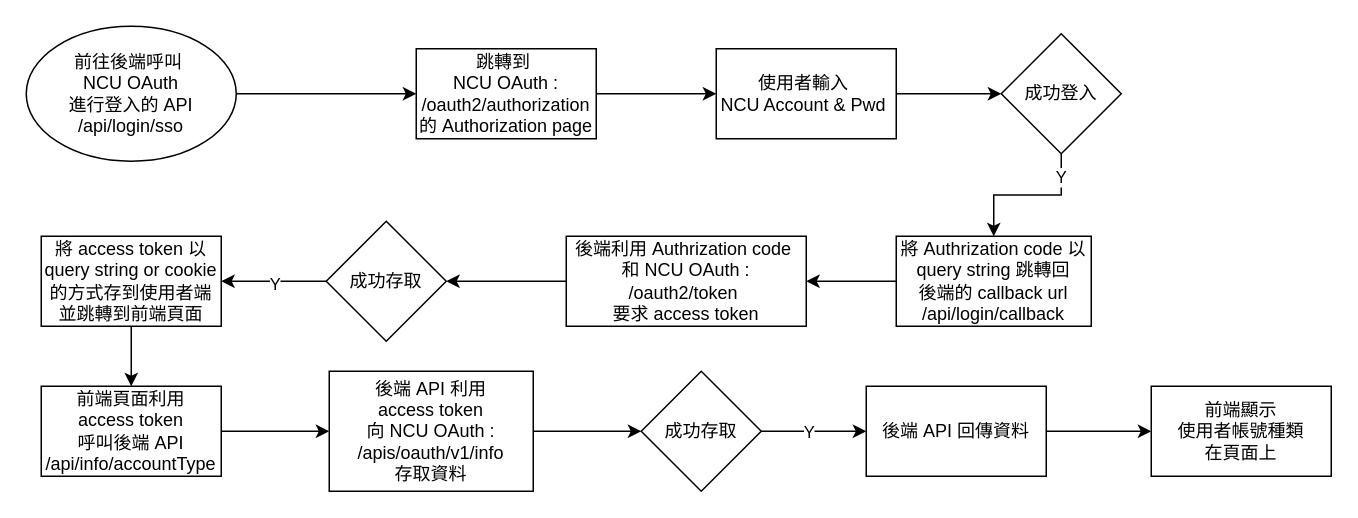
Earlier version of the draw.io diagram doc/NCU_OAuth_flow_chart.drawio (tommygood/Meeting-Room-Booking-System). Source tidied: cells renumbered, new cells numbered last; positions are measured from the earlier drawing's top-left corner, leaving out a move shared by most shapes. Both pictures are drawn from the tidied source at 150%, with x=0, y=0 at pixel (26, 26).
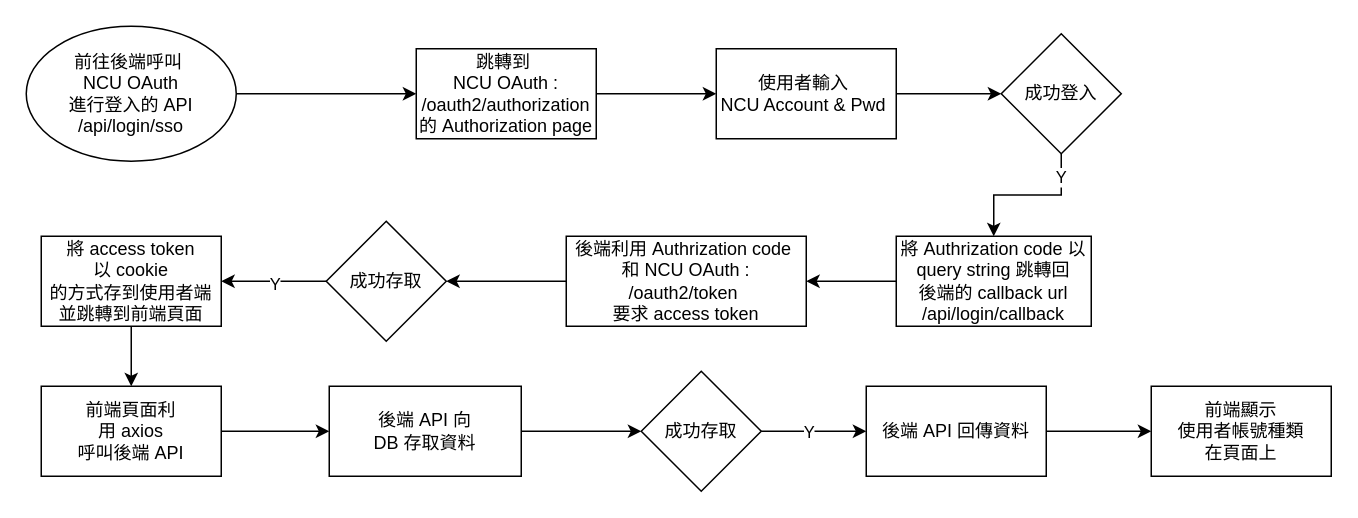
After the change.

Diff of the diagram source:
```diff
@@
-    <mxCell id="19" value="&lt;div&gt;將 access token 以&lt;div&gt;query string or cookie&lt;/div&gt;&lt;div&gt;的方式存到使用者端&lt;/div&gt;&lt;/div&gt;&lt;div&gt;並&lt;span style=&quot;background-color: initial;&quot;&gt;跳轉到前端頁面&lt;/span&gt;&lt;/div&gt;" style="rounded=0;whiteSpace=wrap;html=1;" parent="1" vertex="1">
+    <mxCell id="19" value="&lt;div&gt;將 access token以&lt;span style=&quot;background-color: initial;&quot;&gt;&amp;nbsp;cookie&lt;/span&gt;&lt;div&gt;的方式存到使用者端&lt;/div&gt;&lt;/div&gt;&lt;div&gt;並&lt;span style=&quot;background-color: initial;&quot;&gt;跳轉到前端頁面&lt;/span&gt;&lt;/div&gt;" style="rounded=0;whiteSpace=wrap;html=1;" parent="1" vertex="1">
       <mxGeometry x="10" y="140" width="120" height="60" as="geometry" />
     </mxCell>
@@
-    <mxCell id="21" value="&lt;div&gt;前端頁面利用&lt;/div&gt;&lt;div&gt;access token&lt;/div&gt;&lt;div&gt;呼叫後端 API&lt;/div&gt;&lt;div&gt;/api/info/accountType&lt;/div&gt;" style="rounded=0;whiteSpace=wrap;html=1;" parent="1" vertex="1">
+    <mxCell id="21" value="&lt;div&gt;前端頁面利&lt;/div&gt;&lt;div&gt;&lt;span style=&quot;background-color: initial;&quot;&gt;用 axios&lt;/span&gt;&lt;/div&gt;&lt;div&gt;&lt;span style=&quot;background-color: initial;&quot;&gt;呼叫後端 API&lt;/span&gt;&lt;/div&gt;" style="rounded=0;whiteSpace=wrap;html=1;" parent="1" vertex="1">
       <mxGeometry x="10" y="240" width="120" height="60" as="geometry" />
     </mxCell>
@@
-    <mxCell id="23" value="&lt;div&gt;後端 API 利用&lt;/div&gt;&lt;div&gt;access token&lt;/div&gt;&lt;div&gt;向 NCU OAuth :&lt;/div&gt;&lt;div&gt;/apis/oauth/v1/info&lt;br&gt;&lt;/div&gt;&lt;div&gt;存取資料&lt;/div&gt;" style="rounded=0;whiteSpace=wrap;html=1;" parent="1" vertex="1">
-      <mxGeometry x="202" y="230" width="136" height="80" as="geometry" />
+    <mxCell id="23" value="&lt;div&gt;後端 API 向&lt;/div&gt;&lt;div&gt;DB 存取資料&lt;/div&gt;" style="rounded=0;whiteSpace=wrap;html=1;" parent="1" vertex="1">
+      <mxGeometry x="202" y="240" width="128" height="60" as="geometry" />
     </mxCell>
```
